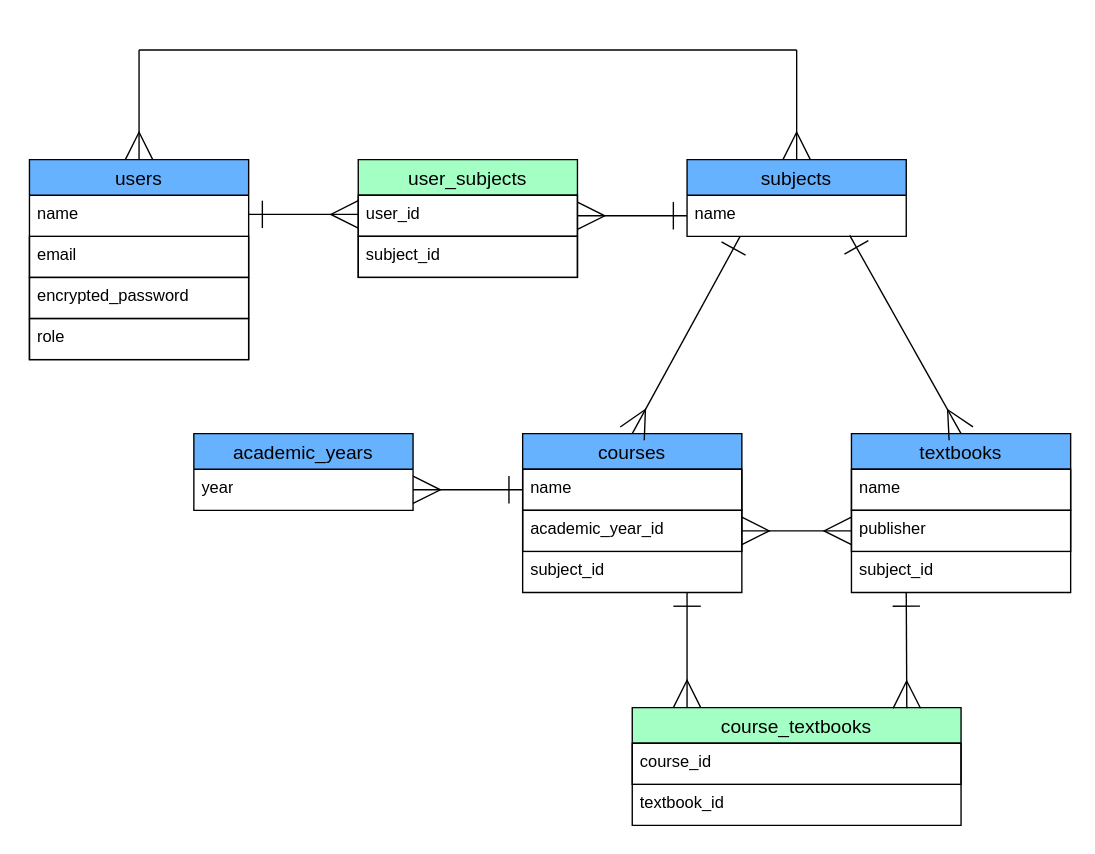
Above: kyozai_link_er.dio in kentsu0901/kyozai_link (draw.io), before the change. Source tidied: cells renumbered, new cells numbered last; positions are measured from the earlier drawing's top-left corner, leaving out a move shared by most shapes. Both pictures are drawn from the tidied source at 137%, with x=0, y=0 at pixel (29, 49).
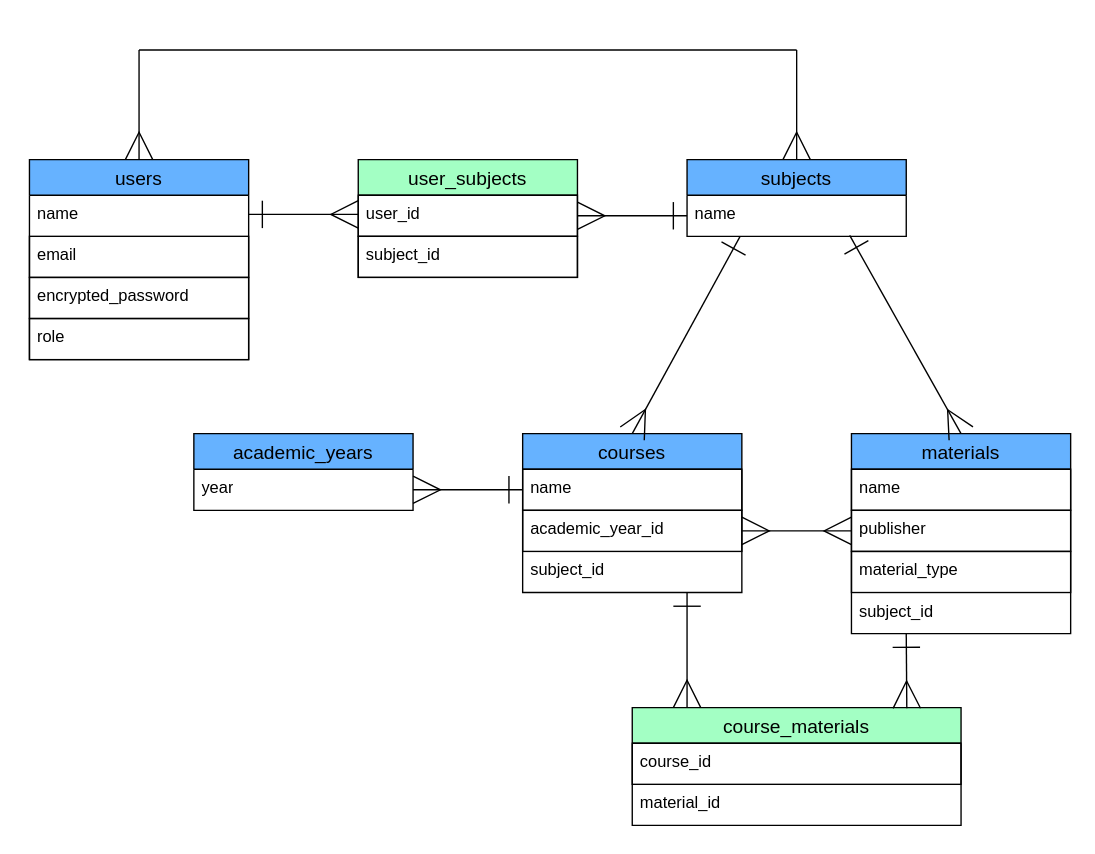
The same page after the edit.

Commit message (it also covers changes not shown here):
ER図の修正と画面構成の検討

The edit, as a diff of the source:
```diff
@@
-    <mxCell id="21" value="textbooks" style="swimlane;fontStyle=0;horizontal=1;startSize=26;align=center;fontSize=14;fillColor=#66B2FF;" parent="1" vertex="1">
-      <mxGeometry x="600" y="280" width="160" height="116" as="geometry" />
+    <mxCell id="21" value="materials" style="swimlane;fontStyle=0;horizontal=1;startSize=26;align=center;fontSize=14;fillColor=#66B2FF;" parent="1" vertex="1">
+      <mxGeometry x="600" y="280" width="160" height="146" as="geometry" />
     </mxCell>
@@
-    <mxCell id="24" value="subject_id" style="text;strokeColor=none;fillColor=none;spacingLeft=4;spacingRight=4;overflow=hidden;fontSize=12;whiteSpace=wrap;html=1;" parent="21" vertex="1">
+    <mxCell id="24" value="material_type" style="text;strokeColor=#000000;fillColor=none;spacingLeft=4;spacingRight=4;overflow=hidden;fontSize=12;whiteSpace=wrap;html=1;" parent="21" vertex="1">
       <mxGeometry y="86" width="160" height="30" as="geometry" />
     </mxCell>
+    <mxCell id="36" value="&lt;span style=&quot;color: rgb(0, 0, 0);&quot;&gt;subject_id&lt;/span&gt;" style="text;strokeColor=none;fillColor=none;spacingLeft=4;spacingRight=4;overflow=hidden;fontSize=12;whiteSpace=wrap;html=1;" parent="21" vertex="1">
+      <mxGeometry y="116" width="160" height="30" as="geometry" />
+    </mxCell>
@@
-    <mxCell id="27" value="course_textbooks" style="swimlane;fontStyle=0;horizontal=1;startSize=26;align=center;fontSize=14;fillColor=#A3FFC4;" parent="1" vertex="1">
+    <mxCell id="27" value="course_materials" style="swimlane;fontStyle=0;horizontal=1;startSize=26;align=center;fontSize=14;fillColor=#A3FFC4;" parent="1" vertex="1">
       <mxGeometry x="440" y="480" width="240" height="86" as="geometry" />
     </mxCell>
@@
-    <mxCell id="29" value="textbook_id" style="text;strokeColor=none;fillColor=none;spacingLeft=4;spacingRight=4;overflow=hidden;fontSize=12;whiteSpace=wrap;html=1;" parent="27" vertex="1">
+    <mxCell id="29" value="material_id" style="text;strokeColor=none;fillColor=none;spacingLeft=4;spacingRight=4;overflow=hidden;fontSize=12;whiteSpace=wrap;html=1;" parent="27" vertex="1">
       <mxGeometry y="56" width="240" height="30" as="geometry" />
     </mxCell>
@@
-    <mxCell id="32" style="edgeStyle=none;html=1;exitX=0.25;exitY=1;exitDx=0;exitDy=0;entryX=0.835;entryY=0.006;entryDx=0;entryDy=0;entryPerimeter=0;endArrow=ERmany;endFill=0;startArrow=ERone;startFill=0;endSize=18;startSize=18;" parent="1" edge="1" source="21" target="27">
+    <mxCell id="32" style="edgeStyle=none;html=1;entryX=0.835;entryY=0.006;entryDx=0;entryDy=0;entryPerimeter=0;endArrow=ERmany;endFill=0;startArrow=ERone;startFill=0;endSize=18;startSize=18;exitX=0.25;exitY=1;exitDx=0;exitDy=0;" parent="1" edge="1" source="21" target="27">
       <mxGeometry relative="1" as="geometry" />
     </mxCell>
```
